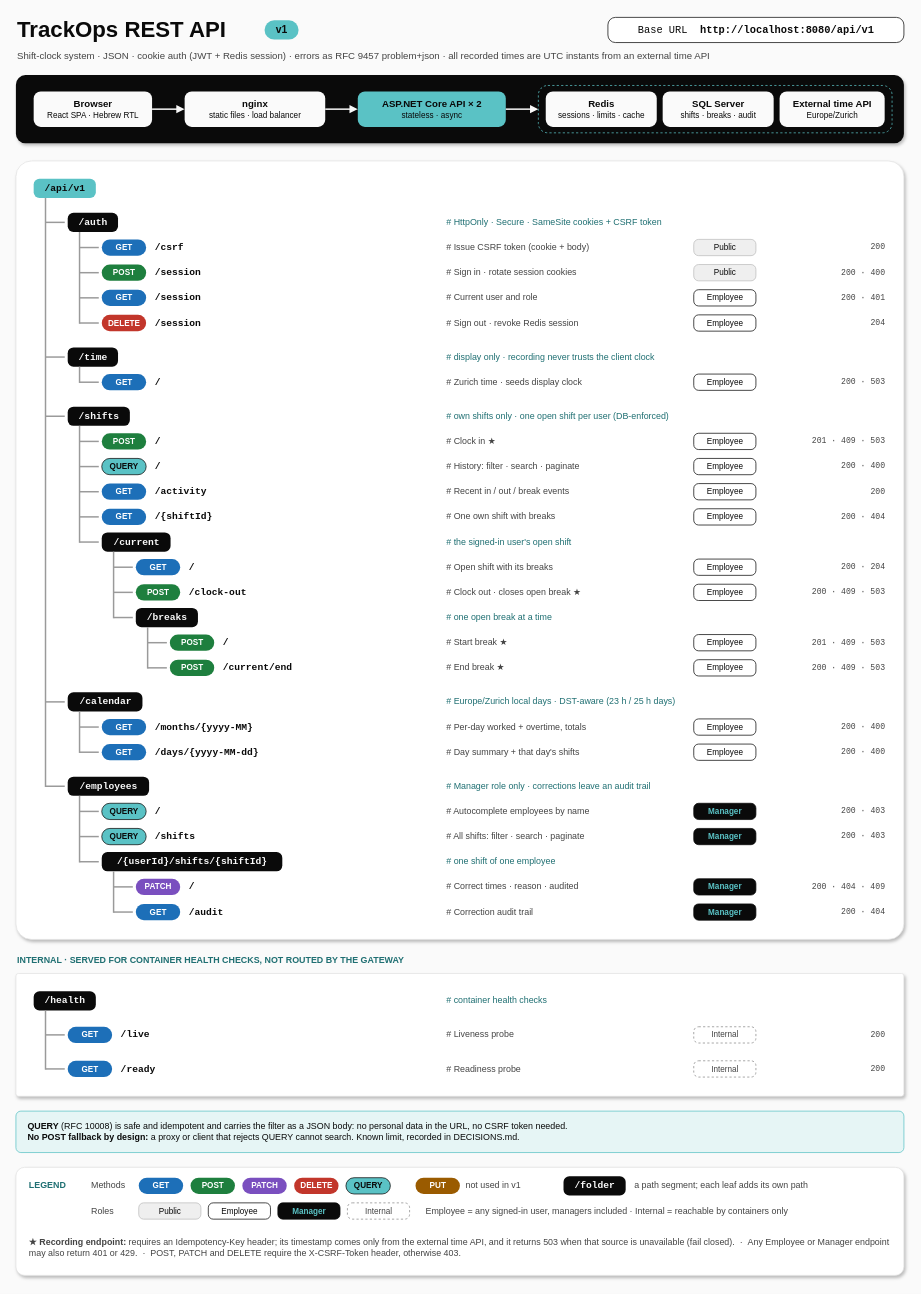
Earlier version of the draw.io diagram page "API map" (1 of 2) of docs/api/rest-api.drawio (JusticeIL/TrackOps). Source tidied: cells renumbered, new cells numbered last; positions are measured from the earlier drawing's top-left corner, leaving out a move shared by most shapes. Both pictures are drawn from the tidied source at 74%, with x=0, y=0 at pixel (16, 13).
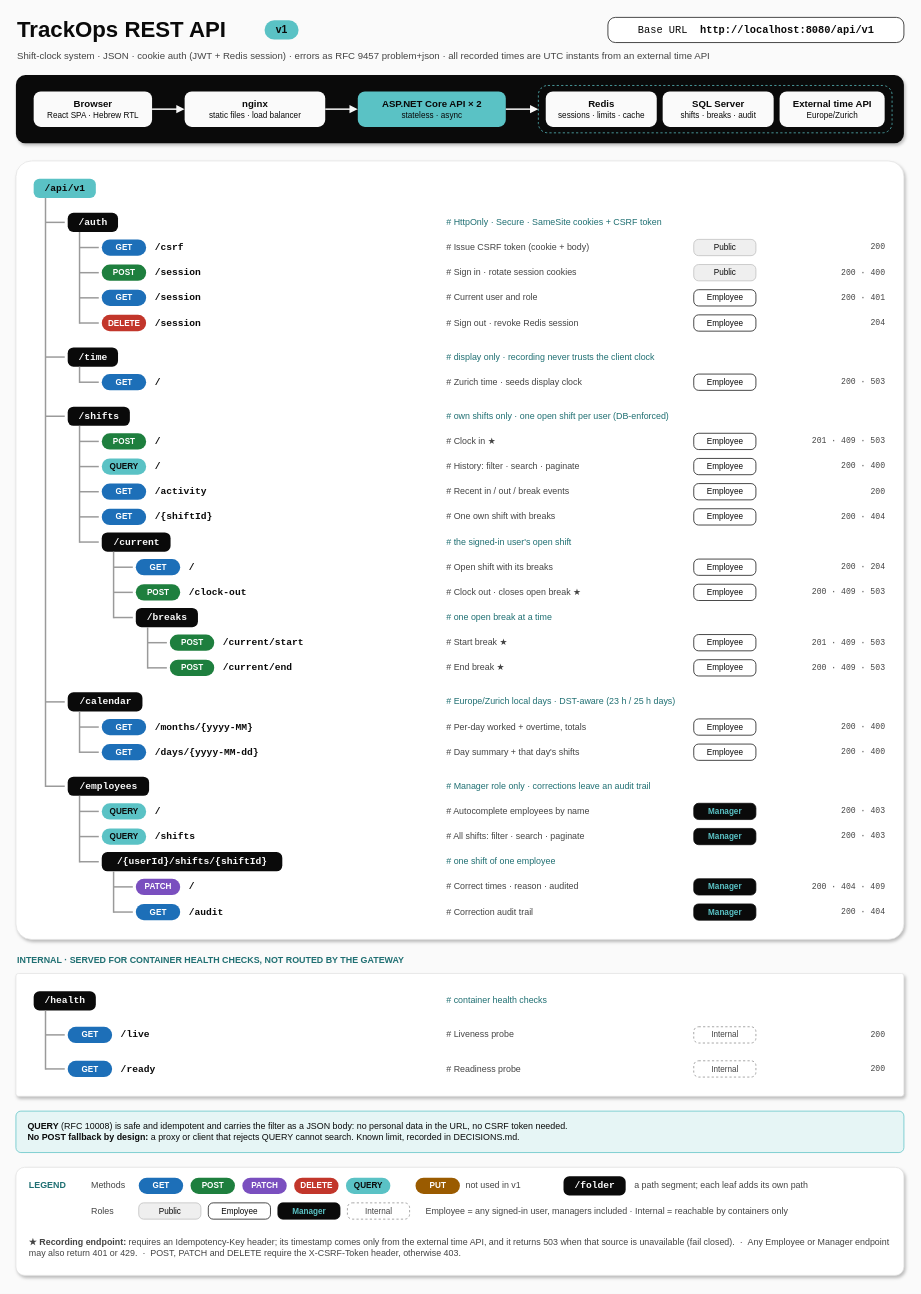
The same page after the edit.

Commit message (it also covers changes not shown here):
Rename the break endpoints to current/start and current/end

The change refers to these unchanged cells:
```xml
<mxCell id="184" style="rounded=1;arcSize=8;html=1;fillColor=#FFFFFF;strokeColor=#E2E2E2;shadow=1;" parent="1" vertex="1">
  <mxGeometry y="1560" width="1200" height="146" as="geometry" />
</mxCell>
```

Diff of the diagram source:
```diff
@@
-    <mxCell id="65" value="QUERY" style="rounded=1;arcSize=50;html=1;fontSize=11;fontStyle=1;strokeColor=#0A0A0A;fontColor=#0A0A0A;fillColor=#5AC2C5;" parent="1" vertex="1">
+    <mxCell id="65" value="QUERY" style="rounded=1;arcSize=50;html=1;fontSize=11;fontStyle=1;strokeColor=none;fontColor=#0A0A0A;fillColor=#5AC2C5;" parent="1" vertex="1">
       <mxGeometry x="116" y="602" width="60" height="22" as="geometry" />
     </mxCell>
@@
-    <mxCell id="100" value="/" style="text;html=1;verticalAlign=middle;align=left;fontFamily=Courier New;fontSize=13;fontStyle=1;fontColor=#0A0A0A;" parent="1" vertex="1">
+    <mxCell id="100" value="/current/start" style="text;html=1;verticalAlign=middle;align=left;fontFamily=Courier New;fontSize=13;fontStyle=1;fontColor=#0A0A0A;" parent="1" vertex="1">
       <mxGeometry x="278" y="834" width="292" height="34" as="geometry" />
     </mxCell>
@@
-    <mxCell id="135" value="QUERY" style="rounded=1;arcSize=50;html=1;fontSize=11;fontStyle=1;strokeColor=#0A0A0A;fontColor=#0A0A0A;fillColor=#5AC2C5;" parent="1" vertex="1">
+    <mxCell id="135" value="QUERY" style="rounded=1;arcSize=50;html=1;fontSize=11;fontStyle=1;strokeColor=none;fontColor=#0A0A0A;fillColor=#5AC2C5;" parent="1" vertex="1">
       <mxGeometry x="116" y="1068" width="60" height="22" as="geometry" />
     </mxCell>
@@
-    <mxCell id="141" value="QUERY" style="rounded=1;arcSize=50;html=1;fontSize=11;fontStyle=1;strokeColor=#0A0A0A;fontColor=#0A0A0A;fillColor=#5AC2C5;" parent="1" vertex="1">
+    <mxCell id="141" value="QUERY" style="rounded=1;arcSize=50;html=1;fontSize=11;fontStyle=1;strokeColor=none;fontColor=#0A0A0A;fillColor=#5AC2C5;" parent="1" vertex="1">
       <mxGeometry x="116" y="1102" width="60" height="22" as="geometry" />
     </mxCell>
@@
-    <mxCell id="191" value="QUERY" style="rounded=1;arcSize=50;html=1;fontSize=11;fontStyle=1;strokeColor=#0A0A0A;fontColor=#0A0A0A;fillColor=#5AC2C5;" parent="184" vertex="1">
+    <mxCell id="191" value="QUERY" style="rounded=1;arcSize=50;html=1;fontSize=11;fontStyle=1;strokeColor=none;fontColor=#0A0A0A;fillColor=#5AC2C5;" parent="184" vertex="1">
       <mxGeometry x="446" y="14" width="60" height="22" as="geometry" />
     </mxCell>
```
